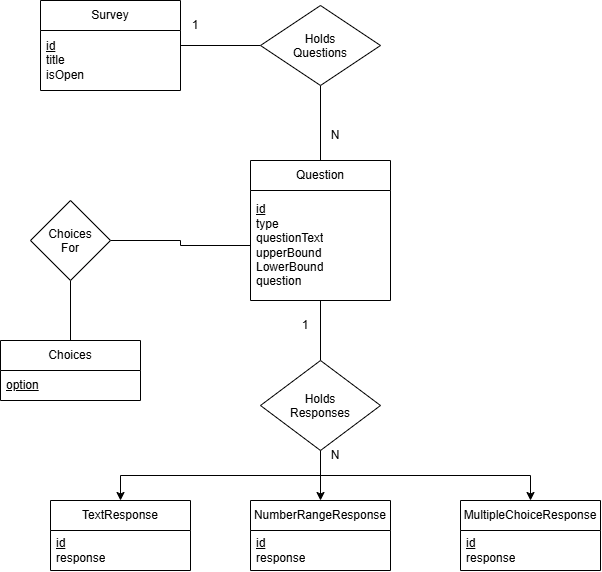
Above: temp_database_schema.png in elyssagrant/SYSC4806-Group-Project (draw.io), before the change. Source tidied: cells renumbered, new cells last; positions are measured from the earlier drawing's top-left corner, leaving out a move shared by most shapes.
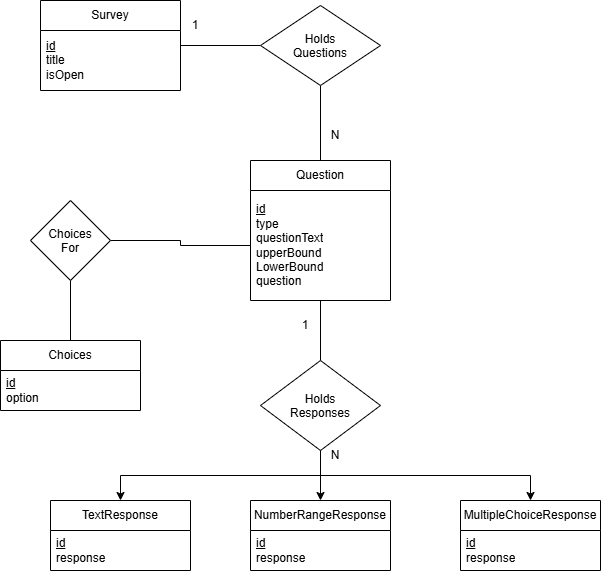
After the commit.

Commit message:
Fixed choices to have an id

The edit, as a diff of the source:
```diff
@@ -78,10 +78,10 @@
       <mxGeometry x="30" y="200" width="80" height="80" as="geometry" />
     </mxCell>
     <mxCell id="27" value="Choices" style="swimlane;fontStyle=0;horizontal=1;startSize=30;whiteSpace=wrap;html=1;" parent="1" vertex="1">
-      <mxGeometry y="340" width="140" height="60" as="geometry" />
+      <mxGeometry y="340" width="140" height="70" as="geometry" />
     </mxCell>
-    <mxCell id="28" value="&lt;u&gt;option&lt;/u&gt;" style="text;strokeColor=none;fillColor=none;align=left;verticalAlign=middle;spacingLeft=4;spacingRight=4;overflow=hidden;whiteSpace=wrap;html=1;" parent="27" vertex="1">
-      <mxGeometry y="30" width="140" height="30" as="geometry" />
+    <mxCell id="28" value="&lt;u&gt;id&lt;/u&gt;&lt;div&gt;option&lt;/div&gt;" style="text;strokeColor=none;fillColor=none;align=left;verticalAlign=middle;spacingLeft=4;spacingRight=4;overflow=hidden;whiteSpace=wrap;html=1;" parent="27" vertex="1">
+      <mxGeometry y="30" width="140" height="40" as="geometry" />
     </mxCell>
   </root>
 </mxGraphModel>
```
